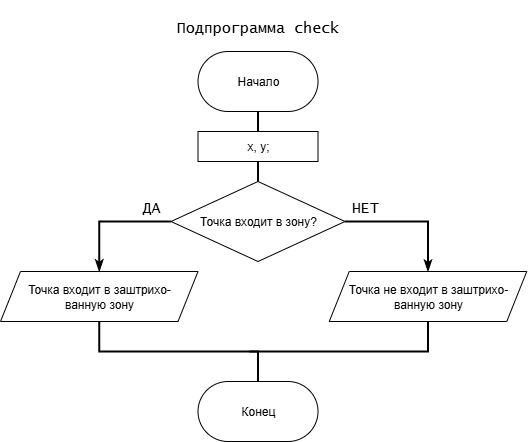
Before: Блок_схема.png, a diagram exported from draw.io (PtarOk/lab_6_dz). Source tidied: cells renumbered, new cells last; positions are measured from the earlier drawing's top-left corner, leaving out a move shared by most shapes. Its diagram source:
```xml
<mxGraphModel>
  <root>
    <mxCell id="0" />
    <mxCell id="1" parent="0" />
    <mxCell id="2" value="Начало" style="rounded=1;whiteSpace=wrap;html=1;arcSize=50;" parent="1" vertex="1">
      <mxGeometry x="197.5" y="40" width="120" height="60" as="geometry" />
    </mxCell>
    <mxCell id="3" value="&lt;h2&gt;&lt;font style=&quot;font-weight: normal; font-size: 15px;&quot; face=&quot;Lucida Console&quot;&gt;Подпрограмма check&lt;/font&gt;&lt;/h2&gt;" style="text;html=1;align=center;verticalAlign=middle;whiteSpace=wrap;rounded=0;" parent="1" vertex="1">
      <mxGeometry x="162.2" width="190.6" height="30" as="geometry" />
    </mxCell>
    <mxCell id="4" style="edgeStyle=orthogonalEdgeStyle;rounded=0;jettySize=auto;html=1;exitX=0.5;exitY=1;exitDx=0;exitDy=0;entryX=0.5;entryY=0;entryDx=0;entryDy=0;strokeWidth=2;endArrow=none;endFill=0;" parent="1" edge="1" target="7">
      <mxGeometry relative="1" as="geometry">
        <mxPoint x="257.5" y="100" as="sourcePoint" />
      </mxGeometry>
    </mxCell>
    <mxCell id="5" value="Конец" style="rounded=1;whiteSpace=wrap;html=1;arcSize=50;" parent="1" vertex="1">
      <mxGeometry x="197.5" y="370" width="120" height="60" as="geometry" />
    </mxCell>
    <mxCell id="6" style="edgeStyle=orthogonalEdgeStyle;rounded=0;jettySize=auto;html=1;exitX=0.5;exitY=1;exitDx=0;exitDy=0;entryX=0.5;entryY=0;entryDx=0;entryDy=0;strokeWidth=2;endArrow=none;endFill=0;" parent="1" edge="1" source="7">
      <mxGeometry relative="1" as="geometry">
        <mxPoint x="257.5" y="170" as="targetPoint" />
      </mxGeometry>
    </mxCell>
    <mxCell id="7" value="x, y;" style="rounded=0;whiteSpace=wrap;html=1;" parent="1" vertex="1">
      <mxGeometry x="197.5" y="120" width="120" height="30" as="geometry" />
    </mxCell>
    <mxCell id="8" style="edgeStyle=orthogonalEdgeStyle;rounded=0;jettySize=auto;html=1;exitX=0.5;exitY=1;exitDx=0;exitDy=0;entryX=0.5;entryY=0;entryDx=0;entryDy=0;strokeWidth=2;endArrow=none;endFill=0;" parent="1" edge="1" source="9" target="5">
      <mxGeometry relative="1" as="geometry" />
    </mxCell>
    <mxCell id="9" value="Точка входит в заштрихо-&lt;br&gt;ванную зону" style="shape=parallelogram;perimeter=parallelogramPerimeter;whiteSpace=wrap;html=1;fixedSize=1;" parent="1" vertex="1">
      <mxGeometry y="260" width="197.5" height="50" as="geometry" />
    </mxCell>
    <mxCell id="10" style="edgeStyle=orthogonalEdgeStyle;rounded=0;jettySize=auto;html=1;exitX=0;exitY=0.5;exitDx=0;exitDy=0;entryX=0.5;entryY=0;entryDx=0;entryDy=0;strokeWidth=2;endArrow=classicThin;endFill=1;" parent="1" edge="1" source="12" target="9">
      <mxGeometry relative="1" as="geometry" />
    </mxCell>
    <mxCell id="11" style="edgeStyle=orthogonalEdgeStyle;rounded=0;jettySize=auto;html=1;exitX=1;exitY=0.5;exitDx=0;exitDy=0;entryX=0.5;entryY=0;entryDx=0;entryDy=0;strokeWidth=2;endArrow=classicThin;endFill=1;" parent="1" edge="1" source="12" target="15">
      <mxGeometry relative="1" as="geometry" />
    </mxCell>
    <mxCell id="12" value="Точка входит в зону?" style="rhombus;whiteSpace=wrap;html=1;" parent="1" vertex="1">
      <mxGeometry x="170.5" y="170" width="174" height="80" as="geometry" />
    </mxCell>
    <mxCell id="13" value="&lt;h2&gt;&lt;font style=&quot;font-weight: normal; font-size: 15px;&quot; face=&quot;Lucida Console&quot;&gt;ДА&lt;/font&gt;&lt;/h2&gt;" style="text;html=1;align=center;verticalAlign=middle;whiteSpace=wrap;rounded=0;" parent="1" vertex="1">
      <mxGeometry x="130.5" y="180" width="40" height="30" as="geometry" />
    </mxCell>
    <mxCell id="14" style="edgeStyle=orthogonalEdgeStyle;rounded=0;jettySize=auto;html=1;exitX=0.5;exitY=1;exitDx=0;exitDy=0;endArrow=none;endFill=0;strokeWidth=2;" parent="1" edge="1" source="15">
      <mxGeometry relative="1" as="geometry">
        <mxPoint x="248.8" y="340" as="targetPoint" />
        <Array as="points">
          <mxPoint x="427.8" y="340" />
        </Array>
      </mxGeometry>
    </mxCell>
    <mxCell id="15" value="Точка не входит в заштрихо-&lt;br&gt;ванную зону" style="shape=parallelogram;perimeter=parallelogramPerimeter;whiteSpace=wrap;html=1;fixedSize=1;" parent="1" vertex="1">
      <mxGeometry x="328.8" y="260" width="197.5" height="50" as="geometry" />
    </mxCell>
    <mxCell id="16" value="&lt;h2&gt;&lt;font style=&quot;font-weight: normal; font-size: 15px;&quot; face=&quot;Lucida Console&quot;&gt;НЕТ&lt;/font&gt;&lt;/h2&gt;" style="text;html=1;align=center;verticalAlign=middle;whiteSpace=wrap;rounded=0;" parent="1" vertex="1">
      <mxGeometry x="344.5" y="180" width="40" height="30" as="geometry" />
    </mxCell>
  </root>
</mxGraphModel>
```
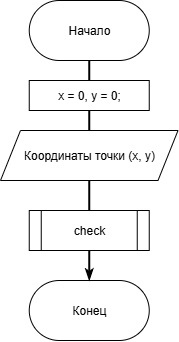
The same diagram one commit later.

Diff of the diagram source:
```diff
@@ -2,59 +2,32 @@
   <root>
     <mxCell id="0" />
     <mxCell id="1" parent="0" />
+    <mxCell id="17" style="edgeStyle=orthogonalEdgeStyle;rounded=0;jettySize=auto;html=1;exitX=0.5;exitY=1;exitDx=0;exitDy=0;entryX=0.5;entryY=0;entryDx=0;entryDy=0;strokeWidth=2;endArrow=none;endFill=0;" parent="1" edge="1" source="2" target="21">
+      <mxGeometry relative="1" as="geometry" />
+    </mxCell>
     <mxCell id="2" value="Начало" style="rounded=1;whiteSpace=wrap;html=1;arcSize=50;" parent="1" vertex="1">
-      <mxGeometry x="197.5" y="40" width="120" height="60" as="geometry" />
+      <mxGeometry x="-311.2" width="120" height="60" as="geometry" />
     </mxCell>
-    <mxCell id="3" value="&lt;h2&gt;&lt;font style=&quot;font-weight: normal; font-size: 15px;&quot; face=&quot;Lucida Console&quot;&gt;Подпрограмма check&lt;/font&gt;&lt;/h2&gt;" style="text;html=1;align=center;verticalAlign=middle;whiteSpace=wrap;rounded=0;" parent="1" vertex="1">
-      <mxGeometry x="162.2" width="190.6" height="30" as="geometry" />
-    </mxCell>
-    <mxCell id="4" style="edgeStyle=orthogonalEdgeStyle;rounded=0;jettySize=auto;html=1;exitX=0.5;exitY=1;exitDx=0;exitDy=0;entryX=0.5;entryY=0;entryDx=0;entryDy=0;strokeWidth=2;endArrow=none;endFill=0;" parent="1" edge="1" target="7">
-      <mxGeometry relative="1" as="geometry">
-        <mxPoint x="257.5" y="100" as="sourcePoint" />
-      </mxGeometry>
-    </mxCell>
     <mxCell id="5" value="Конец" style="rounded=1;whiteSpace=wrap;html=1;arcSize=50;" parent="1" vertex="1">
-      <mxGeometry x="197.5" y="370" width="120" height="60" as="geometry" />
+      <mxGeometry x="-311.2" y="280" width="120" height="60" as="geometry" />
     </mxCell>
-    <mxCell id="6" style="edgeStyle=orthogonalEdgeStyle;rounded=0;jettySize=auto;html=1;exitX=0.5;exitY=1;exitDx=0;exitDy=0;entryX=0.5;entryY=0;entryDx=0;entryDy=0;strokeWidth=2;endArrow=none;endFill=0;" parent="1" edge="1" source="7">
-      <mxGeometry relative="1" as="geometry">
-        <mxPoint x="257.5" y="170" as="targetPoint" />
-      </mxGeometry>
-    </mxCell>
-    <mxCell id="7" value="x, y;" style="rounded=0;whiteSpace=wrap;html=1;" parent="1" vertex="1">
-      <mxGeometry x="197.5" y="120" width="120" height="30" as="geometry" />
-    </mxCell>
-    <mxCell id="8" style="edgeStyle=orthogonalEdgeStyle;rounded=0;jettySize=auto;html=1;exitX=0.5;exitY=1;exitDx=0;exitDy=0;entryX=0.5;entryY=0;entryDx=0;entryDy=0;strokeWidth=2;endArrow=none;endFill=0;" parent="1" edge="1" source="9" target="5">
-      <mxGeometry relative="1" as="geometry" />
-    </mxCell>
-    <mxCell id="9" value="Точка входит в заштрихо-&lt;br&gt;ванную зону" style="shape=parallelogram;perimeter=parallelogramPerimeter;whiteSpace=wrap;html=1;fixedSize=1;" parent="1" vertex="1">
-      <mxGeometry y="260" width="197.5" height="50" as="geometry" />
-    </mxCell>
-    <mxCell id="10" style="edgeStyle=orthogonalEdgeStyle;rounded=0;jettySize=auto;html=1;exitX=0;exitY=0.5;exitDx=0;exitDy=0;entryX=0.5;entryY=0;entryDx=0;entryDy=0;strokeWidth=2;endArrow=classicThin;endFill=1;" parent="1" edge="1" source="12" target="9">
-      <mxGeometry relative="1" as="geometry" />
-    </mxCell>
-    <mxCell id="11" style="edgeStyle=orthogonalEdgeStyle;rounded=0;jettySize=auto;html=1;exitX=1;exitY=0.5;exitDx=0;exitDy=0;entryX=0.5;entryY=0;entryDx=0;entryDy=0;strokeWidth=2;endArrow=classicThin;endFill=1;" parent="1" edge="1" source="12" target="15">
-      <mxGeometry relative="1" as="geometry" />
-    </mxCell>
-    <mxCell id="12" value="Точка входит в зону?" style="rhombus;whiteSpace=wrap;html=1;" parent="1" vertex="1">
-      <mxGeometry x="170.5" y="170" width="174" height="80" as="geometry" />
-    </mxCell>
-    <mxCell id="13" value="&lt;h2&gt;&lt;font style=&quot;font-weight: normal; font-size: 15px;&quot; face=&quot;Lucida Console&quot;&gt;ДА&lt;/font&gt;&lt;/h2&gt;" style="text;html=1;align=center;verticalAlign=middle;whiteSpace=wrap;rounded=0;" parent="1" vertex="1">
-      <mxGeometry x="130.5" y="180" width="40" height="30" as="geometry" />
-    </mxCell>
-    <mxCell id="14" style="edgeStyle=orthogonalEdgeStyle;rounded=0;jettySize=auto;html=1;exitX=0.5;exitY=1;exitDx=0;exitDy=0;endArrow=none;endFill=0;strokeWidth=2;" parent="1" edge="1" source="15">
-      <mxGeometry relative="1" as="geometry">
-        <mxPoint x="248.8" y="340" as="targetPoint" />
-        <Array as="points">
-          <mxPoint x="427.8" y="340" />
-        </Array>
-      </mxGeometry>
-    </mxCell>
-    <mxCell id="15" value="Точка не входит в заштрихо-&lt;br&gt;ванную зону" style="shape=parallelogram;perimeter=parallelogramPerimeter;whiteSpace=wrap;html=1;fixedSize=1;" parent="1" vertex="1">
-      <mxGeometry x="328.8" y="260" width="197.5" height="50" as="geometry" />
-    </mxCell>
-    <mxCell id="16" value="&lt;h2&gt;&lt;font style=&quot;font-weight: normal; font-size: 15px;&quot; face=&quot;Lucida Console&quot;&gt;НЕТ&lt;/font&gt;&lt;/h2&gt;" style="text;html=1;align=center;verticalAlign=middle;whiteSpace=wrap;rounded=0;" parent="1" vertex="1">
-      <mxGeometry x="344.5" y="180" width="40" height="30" as="geometry" />
-    </mxCell>
+    <mxCell id="18" style="edgeStyle=orthogonalEdgeStyle;rounded=0;jettySize=auto;html=1;exitX=0.5;exitY=1;exitDx=0;exitDy=0;entryX=0.5;entryY=0;entryDx=0;entryDy=0;strokeWidth=2;endArrow=none;endFill=0;" parent="1" edge="1" source="19" target="23">
+      <mxGeometry relative="1" as="geometry" />
+    </mxCell>
+    <mxCell id="19" value="Координаты точки (x, y)" style="shape=parallelogram;perimeter=parallelogramPerimeter;whiteSpace=wrap;html=1;fixedSize=1;" parent="1" vertex="1">
+      <mxGeometry x="-340" y="130" width="177.5" height="50" as="geometry" />
+    </mxCell>
+    <mxCell id="20" style="edgeStyle=orthogonalEdgeStyle;rounded=0;jettySize=auto;html=1;exitX=0.5;exitY=1;exitDx=0;exitDy=0;entryX=0.5;entryY=0;entryDx=0;entryDy=0;strokeWidth=2;endArrow=none;endFill=0;" parent="1" edge="1" source="21" target="19">
+      <mxGeometry relative="1" as="geometry" />
+    </mxCell>
+    <mxCell id="21" value="x = 0, y = 0;" style="rounded=0;whiteSpace=wrap;html=1;" parent="1" vertex="1">
+      <mxGeometry x="-311.2" y="80" width="120" height="30" as="geometry" />
+    </mxCell>
+    <mxCell id="22" style="edgeStyle=orthogonalEdgeStyle;rounded=0;jettySize=auto;html=1;exitX=0.5;exitY=1;exitDx=0;exitDy=0;entryX=0.5;entryY=0;entryDx=0;entryDy=0;strokeWidth=2;endArrow=classicThin;endFill=1;" parent="1" edge="1" source="23" target="5">
+      <mxGeometry relative="1" as="geometry" />
+    </mxCell>
+    <mxCell id="23" value="check" style="shape=process;whiteSpace=wrap;html=1;backgroundOutline=1;" parent="1" vertex="1">
+      <mxGeometry x="-311.2" y="210" width="120" height="40" as="geometry" />
+    </mxCell>
   </root>
 </mxGraphModel>
```
